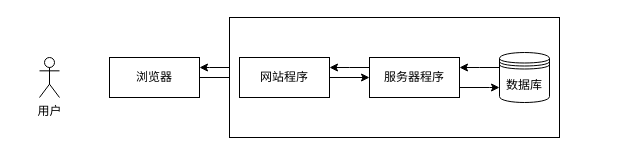
This is 未命名绘图.drawio from kbabandon/jenkins-test, a draw.io file, before an edit. Source tidied: cells renumbered, new cells numbered last; positions are measured from the earlier drawing's top-left corner, leaving out a move shared by most shapes. Both pictures are drawn from the tidied source at 100%, with x=0, y=0 at pixel (39, 17).
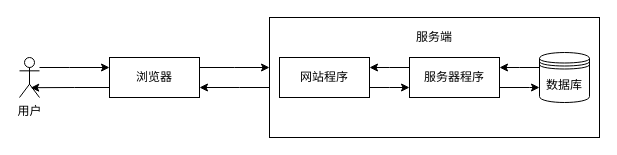
The same diagram, later.

The edit, as a diff of the source:
```diff
@@
+    <mxCell id="15" style="edgeStyle=orthogonalEdgeStyle;rounded=0;jettySize=auto;html=1;exitX=1;exitY=0.25;exitDx=0;exitDy=0;" parent="1" edge="1" source="4">
+      <mxGeometry relative="1" as="geometry">
+        <mxPoint x="230" y="50" as="targetPoint" />
+      </mxGeometry>
+    </mxCell>
+    <mxCell id="16" style="edgeStyle=orthogonalEdgeStyle;rounded=0;jettySize=auto;html=1;exitX=0;exitY=0.75;exitDx=0;exitDy=0;entryX=0.56;entryY=0.755;entryDx=0;entryDy=0;entryPerimeter=0;" parent="1" edge="1" source="4" target="5">
+      <mxGeometry relative="1" as="geometry" />
+    </mxCell>
+    <mxCell id="4" value="浏览器" style="rounded=0;whiteSpace=wrap;html=1;" parent="1" vertex="1">
+      <mxGeometry x="70" y="40" width="90" height="40" as="geometry" />
+    </mxCell>
+    <mxCell id="17" style="edgeStyle=orthogonalEdgeStyle;rounded=0;jettySize=auto;html=1;" parent="1" edge="1" source="5" target="4">
+      <mxGeometry relative="1" as="geometry">
+        <Array as="points">
+          <mxPoint x="30" y="50" />
+          <mxPoint x="30" y="50" />
+        </Array>
+      </mxGeometry>
+    </mxCell>
+    <mxCell id="5" value="用户" style="shape=umlActor;verticalLabelPosition=bottom;verticalAlign=top;html=1;outlineConnect=0;" parent="1" vertex="1">
+      <mxGeometry x="-20" y="40" width="20" height="40" as="geometry" />
+    </mxCell>
     <mxCell id="2" style="edgeStyle=orthogonalEdgeStyle;rounded=0;jettySize=auto;html=1;" parent="1" edge="1" source="7" target="4">
       <mxGeometry relative="1" as="geometry">
         <Array as="points">
-          <mxPoint x="170" y="50" />
-          <mxPoint x="170" y="50" />
+          <mxPoint x="200" y="70" />
+          <mxPoint x="200" y="70" />
         </Array>
       </mxGeometry>
     </mxCell>
-    <mxCell id="3" style="edgeStyle=orthogonalEdgeStyle;rounded=0;jettySize=auto;html=1;" parent="1" edge="1" source="4" target="8">
-      <mxGeometry relative="1" as="geometry" />
-    </mxCell>
-    <mxCell id="4" value="浏览器" style="rounded=0;whiteSpace=wrap;html=1;" parent="1" vertex="1">
-      <mxGeometry x="70" y="40" width="90" height="40" as="geometry" />
-    </mxCell>
-    <mxCell id="5" value="用户" style="shape=umlActor;verticalLabelPosition=bottom;verticalAlign=top;html=1;outlineConnect=0;" parent="1" vertex="1">
-      <mxGeometry y="40" width="20" height="40" as="geometry" />
-    </mxCell>
-    <mxCell id="6" style="group;" parent="1" vertex="1">
-      <mxGeometry x="190" width="330" height="120" as="geometry" />
-    </mxCell>
+    <mxCell id="18" style="group;" parent="1" vertex="1">
+      <mxGeometry x="230" width="330" height="120" as="geometry" />
+    </mxCell>
-    <mxCell id="7" style="rounded=0;whiteSpace=wrap;html=1;" parent="6" vertex="1">
+    <mxCell id="7" style="rounded=0;whiteSpace=wrap;html=1;" parent="18" vertex="1">
       <mxGeometry width="330" height="120" as="geometry" />
     </mxCell>
-    <mxCell id="8" value="网站程序" style="rounded=0;whiteSpace=wrap;html=1;" parent="6" vertex="1">
+    <mxCell id="8" value="网站程序" style="rounded=0;whiteSpace=wrap;html=1;" parent="18" vertex="1">
       <mxGeometry x="10" y="40" width="90" height="40" as="geometry" />
     </mxCell>
-    <mxCell id="9" style="edgeStyle=orthogonalEdgeStyle;rounded=0;jettySize=auto;html=1;" parent="6" edge="1" source="10" target="8">
+    <mxCell id="9" style="edgeStyle=orthogonalEdgeStyle;rounded=0;jettySize=auto;html=1;" parent="18" edge="1" source="10" target="8">
       <mxGeometry relative="1" as="geometry">
         <Array as="points">
           <mxPoint x="120" y="50" />
           <mxPoint x="120" y="50" />
         </Array>
       </mxGeometry>
     </mxCell>
-    <mxCell id="10" value="服务器程序" style="rounded=0;whiteSpace=wrap;html=1;" parent="6" vertex="1">
+    <mxCell id="10" value="服务器程序" style="rounded=0;whiteSpace=wrap;html=1;" parent="18" vertex="1">
       <mxGeometry x="140" y="40" width="90" height="40" as="geometry" />
     </mxCell>
-    <mxCell id="11" style="edgeStyle=orthogonalEdgeStyle;rounded=0;jettySize=auto;html=1;" parent="6" edge="1" source="8" target="10">
+    <mxCell id="11" style="edgeStyle=orthogonalEdgeStyle;rounded=0;jettySize=auto;html=1;" parent="18" edge="1" source="8" target="10">
       <mxGeometry relative="1" as="geometry">
         <Array as="points">
-          <mxPoint x="100" y="70" />
+          <mxPoint x="120" y="70" />
+          <mxPoint x="120" y="70" />
         </Array>
       </mxGeometry>
     </mxCell>
-    <mxCell id="12" style="edgeStyle=orthogonalEdgeStyle;rounded=0;jettySize=auto;html=1;" parent="6" edge="1" source="13" target="10">
+    <mxCell id="12" style="edgeStyle=orthogonalEdgeStyle;rounded=0;jettySize=auto;html=1;" parent="18" edge="1" source="13" target="10">
       <mxGeometry relative="1" as="geometry">
         <Array as="points">
           <mxPoint x="250" y="50" />
           <mxPoint x="250" y="50" />
         </Array>
       </mxGeometry>
     </mxCell>
-    <mxCell id="13" value="数据库" style="shape=datastore;whiteSpace=wrap;html=1;" parent="6" vertex="1">
+    <mxCell id="13" value="数据库" style="shape=datastore;whiteSpace=wrap;html=1;" parent="18" vertex="1">
       <mxGeometry x="270" y="35" width="50" height="50" as="geometry" />
     </mxCell>
-    <mxCell id="14" style="edgeStyle=orthogonalEdgeStyle;rounded=0;jettySize=auto;html=1;" parent="6" edge="1" source="10" target="13">
+    <mxCell id="14" style="edgeStyle=orthogonalEdgeStyle;rounded=0;jettySize=auto;html=1;" parent="18" edge="1" source="10" target="13">
       <mxGeometry relative="1" as="geometry">
         <Array as="points">
           <mxPoint x="260" y="70" />
           <mxPoint x="260" y="70" />
         </Array>
       </mxGeometry>
     </mxCell>
+    <mxCell id="19" value="服务端" style="text;html=1;strokeColor=none;fillColor=none;align=center;verticalAlign=middle;whiteSpace=wrap;rounded=0;" parent="18" vertex="1">
+      <mxGeometry x="135" y="5" width="60" height="30" as="geometry" />
+    </mxCell>
```
